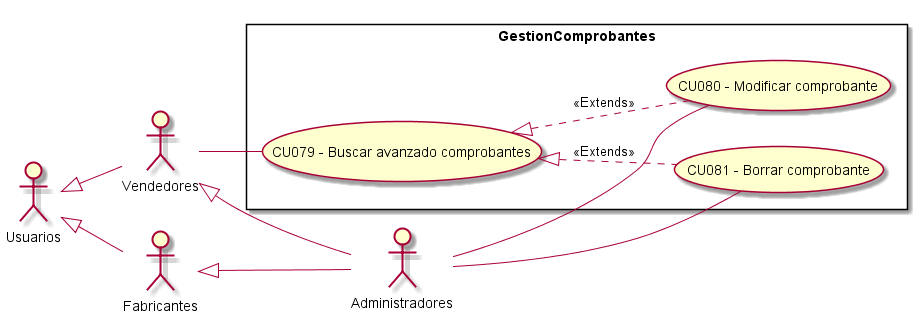
Above: Informe Final/Imagenes/ModeladoDeCasosDeUso/DiagramaDeCasosDeUso/GestionComprobantes.png in ZMGestion/DocumentacionZMGestion (PlantUML), before the change.
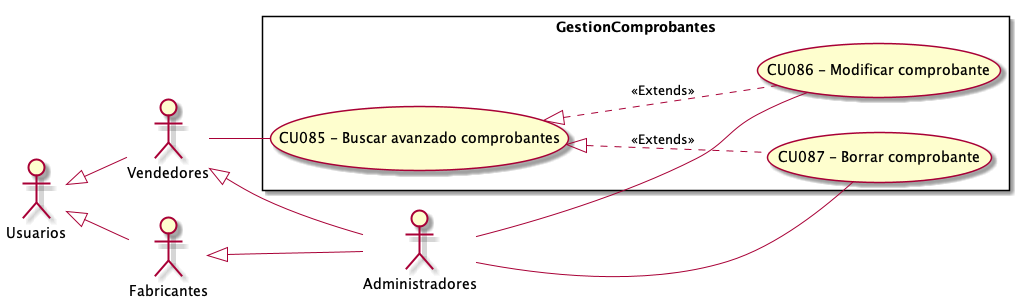
The same diagram one commit later.

The edit, as a diff of the source:
```diff
@@ -14,9 +14,9 @@
 
 rectangle GestionComprobantes{
 
-    UseCase "CU079 - Buscar avanzado comprobantes " as BA
-    UseCase "CU080 - Modificar comprobante" as M
-    UseCase "CU081 - Borrar comprobante" as B
+    UseCase "CU085 - Buscar avanzado comprobantes " as BA
+    UseCase "CU086 - Modificar comprobante" as M
+    UseCase "CU087 - Borrar comprobante" as B
 
     BA <|.. M : <<Extends>>
     BA <|.. B : <<Extends>>
```
